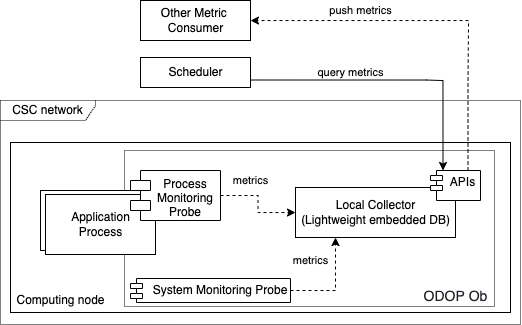
The draw.io diagram img/monitoring.png in rdsea/odop, before a commit. Source tidied: cells renumbered, new cells last; positions are measured from the earlier drawing's top-left corner, leaving out a move shared by most shapes.
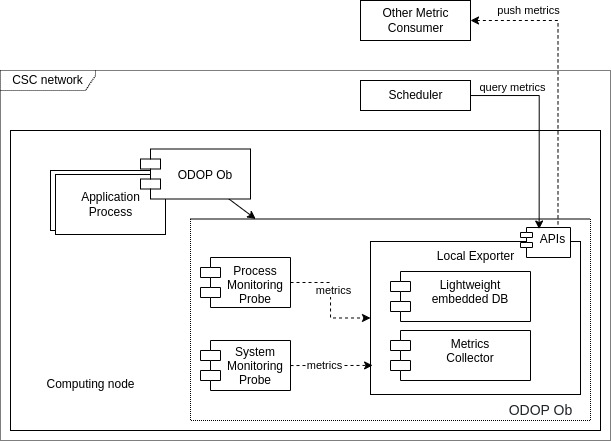
Above is the later version.

Commit message:
add implementation note, update monitoring figure

Change to the diagram source:
```diff
@@ -3,65 +3,88 @@
     <mxCell id="0" />
     <mxCell id="1" parent="0" />
     <mxCell id="2" value="CSC network" style="shape=umlFrame;whiteSpace=wrap;html=1;width=95;height=20;dashed=1;dashPattern=1 1;" parent="1" vertex="1">
-      <mxGeometry y="100" width="520" height="224" as="geometry" />
+      <mxGeometry x="-220" y="70" width="610" height="370" as="geometry" />
     </mxCell>
     <mxCell id="3" style="rounded=0;whiteSpace=wrap;html=1;" parent="1" vertex="1">
-      <mxGeometry x="10" y="142" width="500" height="170" as="geometry" />
+      <mxGeometry x="-210" y="130" width="590" height="300" as="geometry" />
     </mxCell>
-    <mxCell id="4" value="metrics" style="edgeStyle=orthogonalEdgeStyle;rounded=0;jettySize=auto;html=1;exitX=1;exitY=0.5;exitDx=0;exitDy=0;entryX=0.25;entryY=1;entryDx=0;entryDy=0;dashed=1;" parent="1" edge="1" source="5" target="15">
-      <mxGeometry x="0.53" y="25" relative="1" as="geometry" />
-    </mxCell>
-    <mxCell id="5" value="System Monitoring Probe" style="shape=module;align=left;spacingLeft=20;align=center;verticalAlign=top;jettyWidth=12;jettyHeight=5;spacing=0;" parent="1" vertex="1">
-      <mxGeometry x="130" y="278" width="160" height="24" as="geometry" />
-    </mxCell>
     <mxCell id="6" style="rounded=0;whiteSpace=wrap;html=1;dashed=1;dashPattern=1 1;fillColor=none;" parent="1" vertex="1">
-      <mxGeometry x="124" y="150" width="370" height="156" as="geometry" />
+      <mxGeometry x="-30" y="218.5" width="400" height="201.5" as="geometry" />
     </mxCell>
     <mxCell id="7" value="&lt;span style=&quot;color: rgb(31 , 35 , 40) ; font-family: , &amp;#34;system-ui&amp;#34; , &amp;#34;segoe ui&amp;#34; , &amp;#34;noto sans&amp;#34; , &amp;#34;helvetica&amp;#34; , &amp;#34;arial&amp;#34; , sans-serif , &amp;#34;apple color emoji&amp;#34; , &amp;#34;segoe ui emoji&amp;#34; ; font-size: 14px ; text-align: left ; background-color: rgb(255 , 255 , 255)&quot;&gt;ODOP Ob&lt;/span&gt;" style="text;html=1;align=center;verticalAlign=middle;strokeColor=none;fillColor=none;" parent="1" vertex="1">
-      <mxGeometry x="415" y="286" width="80" height="20" as="geometry" />
+      <mxGeometry x="280" y="400" width="80" height="20" as="geometry" />
     </mxCell>
     <mxCell id="8" value="&lt;span&gt;Computing node&lt;/span&gt;" style="text;html=1;align=center;verticalAlign=middle;strokeColor=none;fillColor=none;" parent="1" vertex="1">
-      <mxGeometry x="10" y="290" width="100" height="20" as="geometry" />
+      <mxGeometry x="-180" y="374" width="100" height="20" as="geometry" />
     </mxCell>
+    <mxCell id="11" value="metrics" style="edgeStyle=orthogonalEdgeStyle;rounded=0;jettySize=auto;html=1;exitX=1;exitY=0.5;exitDx=0;exitDy=0;dashed=1;" parent="1" edge="1" source="12" target="15">
+      <mxGeometry x="-0.17" y="3" relative="1" as="geometry" />
+    </mxCell>
+    <mxCell id="12" value="Process&#10;Monitoring&#10;Probe" style="shape=module;align=left;spacingLeft=20;align=center;verticalAlign=top;" parent="1" vertex="1">
+      <mxGeometry x="-20" y="257" width="90" height="50" as="geometry" />
+    </mxCell>
+    <mxCell id="14" value="Scheduler" style="html=1;" parent="1" vertex="1">
+      <mxGeometry x="140" y="80" width="110" height="30" as="geometry" />
+    </mxCell>
+    <mxCell id="15" style="html=1;" parent="1" vertex="1">
+      <mxGeometry x="150" y="241" width="210" height="153" as="geometry" />
+    </mxCell>
+    <mxCell id="17" value="APIs" style="shape=module;align=left;spacingLeft=15;align=center;verticalAlign=top;jettyWidth=12;jettyHeight=5;spacing=0;" parent="1" vertex="1">
+      <mxGeometry x="300" y="227" width="50" height="30" as="geometry" />
+    </mxCell>
+    <mxCell id="19" style="edgeStyle=orthogonalEdgeStyle;rounded=0;jettySize=auto;html=1;entryX=0.75;entryY=0;entryDx=0;entryDy=0;startArrow=classic;startFill=1;dashed=1;endArrow=none;endFill=0;" parent="1" edge="1" source="18" target="17">
+      <mxGeometry relative="1" as="geometry" />
+    </mxCell>
+    <mxCell id="16" value="push metrics" style="edgeLabel;html=1;align=center;verticalAlign=middle;" parent="19" vertex="1">
+      <mxGeometry x="-0.61" y="1" relative="1" as="geometry">
+        <mxPoint y="-9" as="offset" />
+      </mxGeometry>
+    </mxCell>
+    <mxCell id="18" value="Other Metric &lt;br&gt;Consumer" style="html=1;" parent="1" vertex="1">
+      <mxGeometry x="140" width="110" height="40" as="geometry" />
+    </mxCell>
+    <mxCell id="20" value="Local Exporter&lt;br style=&quot;border-color: var(--border-color);&quot;&gt;" style="text;html=1;align=center;verticalAlign=middle;strokeColor=none;fillColor=none;" parent="1" vertex="1">
+      <mxGeometry x="205" y="241" width="100" height="30" as="geometry" />
+    </mxCell>
+    <mxCell id="21" value="Lightweight embedded DB" style="shape=module;align=left;spacingLeft=20;align=center;verticalAlign=top;whiteSpace=wrap;html=1;" parent="1" vertex="1">
+      <mxGeometry x="170" y="271" width="140" height="50" as="geometry" />
+    </mxCell>
+    <mxCell id="22" style="group;" parent="1" vertex="1">
+      <mxGeometry x="-170" y="170" width="115" height="64" as="geometry" />
+    </mxCell>
-    <mxCell id="9" value="Application&lt;br&gt;Process" style="html=1;" parent="1" vertex="1">
-      <mxGeometry x="40" y="190" width="110" height="60" as="geometry" />
+    <mxCell id="9" value="Application&lt;br&gt;Process" style="html=1;" parent="22" vertex="1">
+      <mxGeometry width="110" height="60" as="geometry" />
     </mxCell>
-    <mxCell id="10" value="Application&lt;br&gt;Process" style="html=1;" parent="1" vertex="1">
-      <mxGeometry x="45" y="194" width="110" height="60" as="geometry" />
+    <mxCell id="10" value="Application&lt;br&gt;Process" style="html=1;" parent="22" vertex="1">
+      <mxGeometry x="5" y="4" width="110" height="60" as="geometry" />
     </mxCell>
-    <mxCell id="11" value="metrics" style="edgeStyle=orthogonalEdgeStyle;rounded=0;jettySize=auto;html=1;exitX=1;exitY=0.5;exitDx=0;exitDy=0;dashed=1;" parent="1" edge="1" source="12" target="15">
-      <mxGeometry x="-0.35" y="15" relative="1" as="geometry" />
-    </mxCell>
-    <mxCell id="12" value="Process&#10;Monitoring&#10;Probe" style="shape=module;align=left;spacingLeft=20;align=center;verticalAlign=top;" parent="1" vertex="1">
-      <mxGeometry x="130" y="170" width="90" height="50" as="geometry" />
-    </mxCell>
+    <mxCell id="23" style="rounded=0;jettySize=auto;html=1;" parent="1" edge="1" source="24" target="6">
+      <mxGeometry relative="1" as="geometry" />
+    </mxCell>
+    <mxCell id="24" value="ODOP Ob" style="shape=module;align=left;spacingLeft=20;align=center;verticalAlign=top;whiteSpace=wrap;html=1;spacingBottom=4;spacingTop=12;" parent="1" vertex="1">
+      <mxGeometry x="-80" y="148.5" width="110" height="50" as="geometry" />
+    </mxCell>
+    <mxCell id="25" style="edgeStyle=orthogonalEdgeStyle;rounded=0;jettySize=auto;html=1;entryX=0.373;entryY=0.051;entryDx=0;entryDy=0;entryPerimeter=0;" parent="1" edge="1" source="14" target="17">
+      <mxGeometry relative="1" as="geometry" />
+    </mxCell>
-    <mxCell id="13" value="query metrics" style="edgeStyle=orthogonalEdgeStyle;rounded=0;jettySize=auto;html=1;exitX=1;exitY=0.75;exitDx=0;exitDy=0;entryX=0.25;entryY=0;entryDx=0;entryDy=0;" parent="1" edge="1" source="14" target="17">
-      <mxGeometry x="-0.29" y="8" relative="1" as="geometry">
-        <Array as="points">
-          <mxPoint x="426" y="80" />
-          <mxPoint x="442" y="80" />
-        </Array>
+    <mxCell id="13" value="query metrics" style="edgeLabel;html=1;align=center;verticalAlign=middle;" parent="25" vertex="1">
+      <mxGeometry x="-0.56" y="-6" relative="1" as="geometry">
+        <mxPoint x="-3" y="-14" as="offset" />
       </mxGeometry>
     </mxCell>
-    <mxCell id="14" value="Scheduler" style="html=1;" parent="1" vertex="1">
-      <mxGeometry x="140" y="57" width="110" height="30" as="geometry" />
-    </mxCell>
-    <mxCell id="15" value="Local Collector&lt;br&gt;(Lightweight embedded DB)" style="html=1;" parent="1" vertex="1">
-      <mxGeometry x="295" y="187" width="160" height="50" as="geometry" />
-    </mxCell>
-    <mxCell id="16" value="push metrics" style="edgeStyle=orthogonalEdgeStyle;rounded=0;jettySize=auto;html=1;exitX=0.75;exitY=0;exitDx=0;exitDy=0;dashed=1;" parent="1" edge="1" source="17" target="18">
-      <mxGeometry x="0.4" y="-10" relative="1" as="geometry">
-        <Array as="points">
-          <mxPoint x="468" y="80" />
-          <mxPoint x="468" y="20" />
-        </Array>
-      </mxGeometry>
-    </mxCell>
-    <mxCell id="17" value="APIs" style="shape=module;align=left;spacingLeft=15;align=center;verticalAlign=top;jettyWidth=12;jettyHeight=5;spacing=0;" parent="1" vertex="1">
-      <mxGeometry x="430" y="170" width="50" height="30" as="geometry" />
-    </mxCell>
-    <mxCell id="18" value="Other Metric &lt;br&gt;Consumer" style="html=1;" parent="1" vertex="1">
-      <mxGeometry x="140" width="110" height="40" as="geometry" />
-    </mxCell>
+    <mxCell id="5" value="System&#10;Monitoring&#10;Probe" style="shape=module;align=left;spacingLeft=20;align=center;verticalAlign=top;spacingTop=-2;" parent="1" vertex="1">
+      <mxGeometry x="-20" y="340" width="90" height="50" as="geometry" />
+    </mxCell>
+    <mxCell id="26" style="edgeStyle=orthogonalEdgeStyle;rounded=0;jettySize=auto;html=1;entryX=0.01;entryY=0.81;entryDx=0;entryDy=0;entryPerimeter=0;dashed=1;" parent="1" edge="1" source="5" target="15">
+      <mxGeometry relative="1" as="geometry" />
+    </mxCell>
+    <mxCell id="4" value="metrics" style="edgeLabel;html=1;align=center;verticalAlign=middle;" parent="26" vertex="1">
+      <mxGeometry x="-0.16" relative="1" as="geometry">
+        <mxPoint x="-1" as="offset" />
+      </mxGeometry>
+    </mxCell>
+    <mxCell id="27" value="Metrics&lt;br&gt;Collector" style="shape=module;align=left;spacingLeft=20;align=center;verticalAlign=top;whiteSpace=wrap;html=1;" parent="1" vertex="1">
+      <mxGeometry x="170" y="330" width="140" height="50" as="geometry" />
+    </mxCell>
   </root>
 </mxGraphModel>
```
